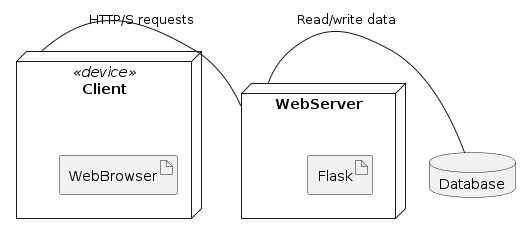
Earlier version of the PlantUML export docs/UML/Architectural Design/deployment-diagram.png (LapTQ/MCT). Its diagram source:
```plantuml
@startuml

node Client <<device>> {
    artifact WebBrowser
}

node WebServer {
    artifact Flask
}

database Database

Client -right- WebServer : HTTP/S requests
WebServer -right- Database : Read/write data

@enduml
```
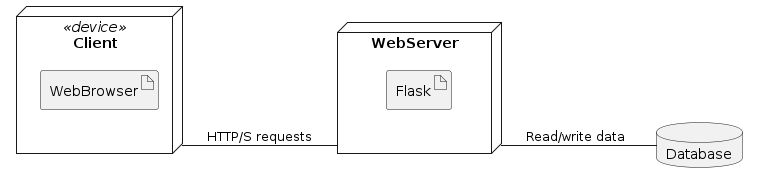
Above is the later version.

The edit, as a diff of the source:
```diff
@@ -1,4 +1,5 @@
 @startuml
+left to right direction
 
 node Client <<device>> {
     artifact WebBrowser
@@ -10,7 +11,7 @@
 
 database Database
 
-Client -right- WebServer : HTTP/S requests
-WebServer -right- Database : Read/write data
+Client -down- WebServer : HTTP/S requests
+WebServer -down- Database : Read/write data
 
 @enduml
```
